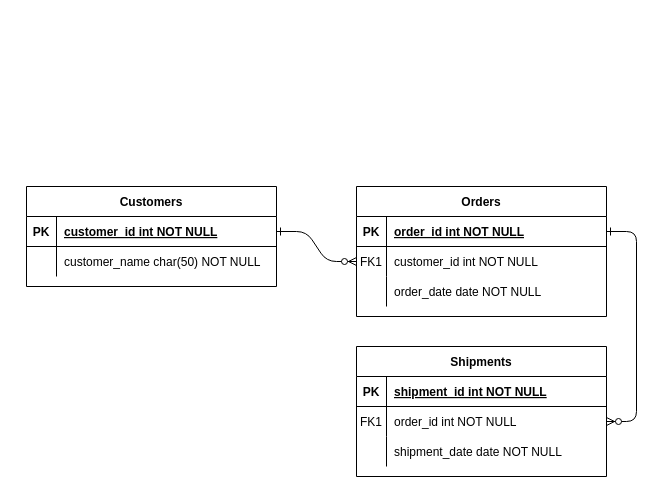
Above: Диаграмма без названия.drawio in Nikola1Barnev/1 (draw.io), before the change. Source tidied: cells renumbered, new cells numbered last; positions are measured from the earlier drawing's top-left corner, leaving out a move shared by most shapes. Both pictures are drawn from the tidied source at 100%, with x=0, y=0 at pixel (26, 186).
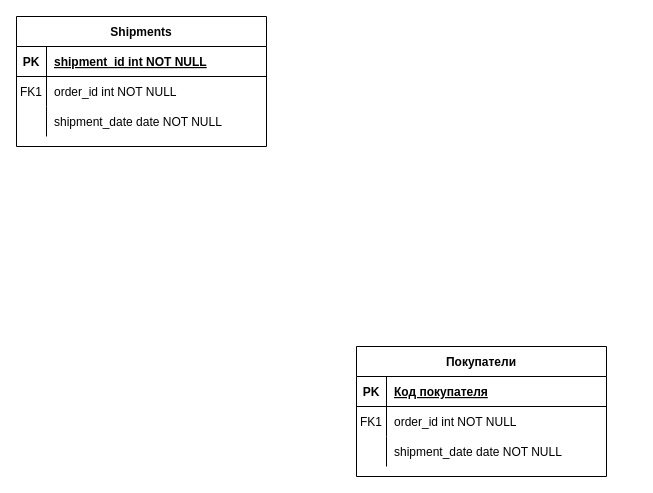
After the change.

The change refers to these unchanged cells:
```xml
<mxCell id="15" style="shape=partialRectangle;fillColor=none;top=0;left=0;right=0;bottom=1;" parent="14" vertex="1">
  <mxGeometry y="30" width="250" height="30" as="geometry" />
</mxCell>
<mxCell id="18" style="shape=partialRectangle;fillColor=none;points=[[0,0.5],[1,0.5]];portConstraint=eastwest;top=0;left=0;right=0;bottom=0;" parent="14" vertex="1">
  <mxGeometry y="60" width="250" height="30" as="geometry" />
</mxCell>
```

What changed in the source:
```diff
@@
-    <mxCell id="2" style="edgeStyle=entityRelationEdgeStyle;endArrow=ERzeroToMany;startArrow=ERone;endFill=1;startFill=0;" parent="1" edge="1" source="25" target="8">
-      <mxGeometry relative="1" as="geometry" />
-    </mxCell>
-    <mxCell id="3" style="edgeStyle=entityRelationEdgeStyle;endArrow=ERzeroToMany;startArrow=ERone;endFill=1;startFill=0;" parent="1" edge="1" source="5" target="18">
-      <mxGeometry relative="1" as="geometry" />
-    </mxCell>
-    <mxCell id="4" value="Orders" style="shape=table;startSize=30;childLayout=tableLayout;rowLines=0;fontStyle=1;align=center;" parent="1" vertex="1">
-      <mxGeometry x="330" width="250" height="130" as="geometry" />
-    </mxCell>
-    <mxCell id="5" style="shape=partialRectangle;fillColor=none;points=[[0,0.5],[1,0.5]];portConstraint=eastwest;top=0;left=0;right=0;bottom=1;" parent="4" vertex="1">
-      <mxGeometry y="30" width="250" height="30" as="geometry" />
-    </mxCell>
-    <mxCell id="6" value="PK" style="shape=partialRectangle;overflow=hidden;fillColor=none;top=0;left=0;bottom=0;right=0;fontStyle=1;" parent="5" vertex="1">
-      <mxGeometry width="30" height="30" as="geometry" />
-    </mxCell>
-    <mxCell id="7" value="order_id int NOT NULL " style="shape=partialRectangle;overflow=hidden;fillColor=none;top=0;left=0;bottom=0;right=0;align=left;spacingLeft=6;fontStyle=5;" parent="5" vertex="1">
-      <mxGeometry x="30" width="220" height="30" as="geometry" />
-    </mxCell>
-    <mxCell id="8" style="shape=partialRectangle;fillColor=none;points=[[0,0.5],[1,0.5]];portConstraint=eastwest;top=0;left=0;right=0;bottom=0;" parent="4" vertex="1">
-      <mxGeometry y="60" width="250" height="30" as="geometry" />
-    </mxCell>
-    <mxCell id="9" value="FK1" style="shape=partialRectangle;overflow=hidden;fillColor=none;top=0;left=0;bottom=0;right=0;" parent="8" vertex="1">
-      <mxGeometry width="30" height="30" as="geometry" />
-    </mxCell>
-    <mxCell id="10" value="customer_id int NOT NULL" style="shape=partialRectangle;overflow=hidden;fillColor=none;top=0;left=0;bottom=0;right=0;align=left;spacingLeft=6;" parent="8" vertex="1">
-      <mxGeometry x="30" width="220" height="30" as="geometry" />
-    </mxCell>
-    <mxCell id="11" style="shape=partialRectangle;fillColor=none;top=0;left=0;right=0;bottom=0;" parent="4" vertex="1">
-      <mxGeometry y="90" width="250" height="30" as="geometry" />
-    </mxCell>
-    <mxCell id="12" style="shape=partialRectangle;overflow=hidden;fillColor=none;top=0;left=0;bottom=0;right=0;" parent="11" vertex="1">
-      <mxGeometry width="30" height="30" as="geometry" />
-    </mxCell>
-    <mxCell id="13" value="order_date date NOT NULL" style="shape=partialRectangle;overflow=hidden;fillColor=none;top=0;left=0;bottom=0;right=0;align=left;spacingLeft=6;" parent="11" vertex="1">
-      <mxGeometry x="30" width="220" height="30" as="geometry" />
-    </mxCell>
-    <mxCell id="14" value="Shipments" style="shape=table;startSize=30;childLayout=tableLayout;rowLines=0;fontStyle=1;align=center;" parent="1" vertex="1">
+    <mxCell id="14" value="Покупатели" style="shape=table;startSize=30;childLayout=tableLayout;rowLines=0;fontStyle=1;align=center;" parent="1" vertex="1">
       <mxGeometry x="330" y="160" width="250" height="130" as="geometry" />
     </mxCell>
@@
-    <mxCell id="17" value="shipment_id int NOT NULL " style="shape=partialRectangle;overflow=hidden;fillColor=none;top=0;left=0;bottom=0;right=0;align=left;spacingLeft=6;fontStyle=5;" parent="15" vertex="1">
+    <mxCell id="17" value="Код покупателя" style="shape=partialRectangle;overflow=hidden;fillColor=none;top=0;left=0;bottom=0;right=0;align=left;spacingLeft=6;fontStyle=5;" parent="15" vertex="1">
       <mxGeometry x="30" width="220" height="30" as="geometry" />
     </mxCell>
@@
-    <mxCell id="24" value="Customers" style="shape=table;startSize=30;childLayout=tableLayout;rowLines=0;fontStyle=1;align=center;" parent="1" vertex="1">
-      <mxGeometry width="250" height="100" as="geometry" />
-    </mxCell>
-    <mxCell id="25" style="shape=partialRectangle;fillColor=none;points=[[0,0.5],[1,0.5]];portConstraint=eastwest;top=0;left=0;right=0;bottom=1;" parent="24" vertex="1">
-      <mxGeometry y="30" width="250" height="30" as="geometry" />
-    </mxCell>
-    <mxCell id="26" value="PK" style="shape=partialRectangle;overflow=hidden;fillColor=none;top=0;left=0;bottom=0;right=0;fontStyle=1;" parent="25" vertex="1">
-      <mxGeometry width="30" height="30" as="geometry" />
-    </mxCell>
-    <mxCell id="27" value="customer_id int NOT NULL " style="shape=partialRectangle;overflow=hidden;fillColor=none;top=0;left=0;bottom=0;right=0;align=left;spacingLeft=6;fontStyle=5;" parent="25" vertex="1">
-      <mxGeometry x="30" width="220" height="30" as="geometry" />
-    </mxCell>
-    <mxCell id="28" style="shape=partialRectangle;fillColor=none;top=0;left=0;right=0;bottom=0;" parent="24" vertex="1">
-      <mxGeometry y="60" width="250" height="30" as="geometry" />
-    </mxCell>
-    <mxCell id="29" style="shape=partialRectangle;overflow=hidden;fillColor=none;top=0;left=0;bottom=0;right=0;" parent="28" vertex="1">
-      <mxGeometry width="30" height="30" as="geometry" />
-    </mxCell>
-    <mxCell id="30" value="customer_name char(50) NOT NULL" style="shape=partialRectangle;overflow=hidden;fillColor=none;top=0;left=0;bottom=0;right=0;align=left;spacingLeft=6;" parent="28" vertex="1">
-      <mxGeometry x="30" width="220" height="30" as="geometry" />
-    </mxCell>
+    <mxCell id="31" value="Shipments" style="shape=table;startSize=30;childLayout=tableLayout;rowLines=0;fontStyle=1;align=center;" parent="1" vertex="1">
+      <mxGeometry x="-10" y="-170" width="250" height="130" as="geometry" />
+    </mxCell>
+    <mxCell id="32" style="shape=partialRectangle;fillColor=none;top=0;left=0;right=0;bottom=1;" parent="31" vertex="1">
+      <mxGeometry y="30" width="250" height="30" as="geometry" />
+    </mxCell>
+    <mxCell id="33" value="PK" style="shape=partialRectangle;overflow=hidden;fillColor=none;top=0;left=0;bottom=0;right=0;fontStyle=1;" parent="32" vertex="1">
+      <mxGeometry width="30" height="30" as="geometry" />
+    </mxCell>
+    <mxCell id="34" value="shipment_id int NOT NULL " style="shape=partialRectangle;overflow=hidden;fillColor=none;top=0;left=0;bottom=0;right=0;align=left;spacingLeft=6;fontStyle=5;" parent="32" vertex="1">
+      <mxGeometry x="30" width="220" height="30" as="geometry" />
+    </mxCell>
+    <mxCell id="35" style="shape=partialRectangle;fillColor=none;top=0;left=0;right=0;bottom=0;" parent="31" vertex="1">
+      <mxGeometry y="60" width="250" height="30" as="geometry" />
+    </mxCell>
+    <mxCell id="9" value="FK1" style="shape=partialRectangle;overflow=hidden;fillColor=none;top=0;left=0;bottom=0;right=0;" parent="35" vertex="1">
+      <mxGeometry width="30" height="30" as="geometry" />
+    </mxCell>
+    <mxCell id="7" value="order_id int NOT NULL" style="shape=partialRectangle;overflow=hidden;fillColor=none;top=0;left=0;bottom=0;right=0;align=left;spacingLeft=6;" parent="35" vertex="1">
+      <mxGeometry x="30" width="220" height="30" as="geometry" />
+    </mxCell>
+    <mxCell id="11" style="shape=partialRectangle;fillColor=none;top=0;left=0;right=0;bottom=0;" parent="31" vertex="1">
+      <mxGeometry y="90" width="250" height="30" as="geometry" />
+    </mxCell>
+    <mxCell id="36" style="shape=partialRectangle;overflow=hidden;fillColor=none;top=0;left=0;bottom=0;right=0;" parent="11" vertex="1">
+      <mxGeometry width="30" height="30" as="geometry" />
+    </mxCell>
+    <mxCell id="37" value="shipment_date date NOT NULL" style="shape=partialRectangle;overflow=hidden;fillColor=none;top=0;left=0;bottom=0;right=0;align=left;spacingLeft=6;" parent="11" vertex="1">
+      <mxGeometry x="30" width="220" height="30" as="geometry" />
+    </mxCell>
```
